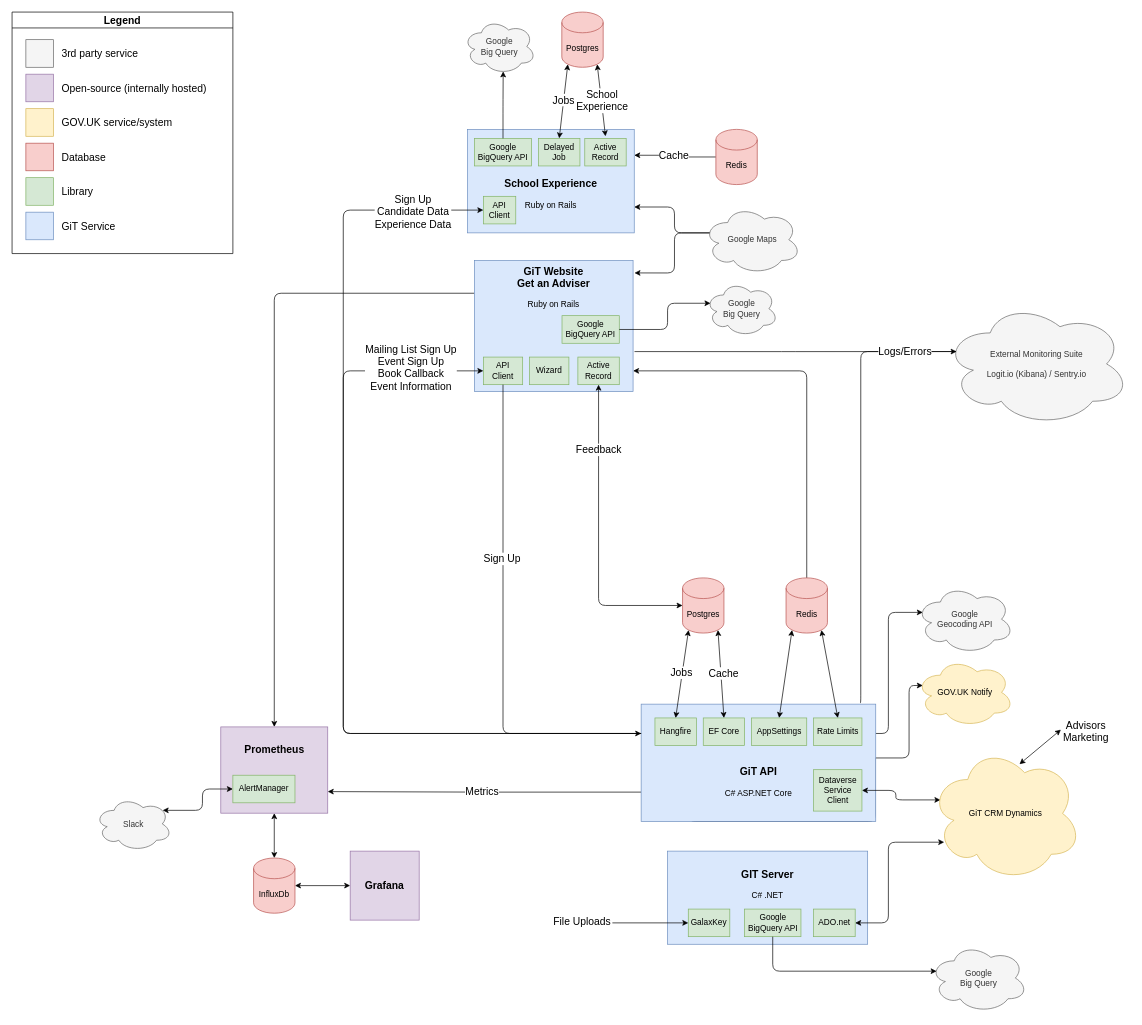
Earlier version of the draw.io diagram docs/architecture/architecture.drawio (DFE-Digital/get-into-teaching-api). Source tidied: cells renumbered, new cells numbered last; positions are measured from the earlier drawing's top-left corner, leaving out a move shared by most shapes. Both pictures are drawn from the tidied source at 69%, with x=0, y=0 at pixel (12, 12).
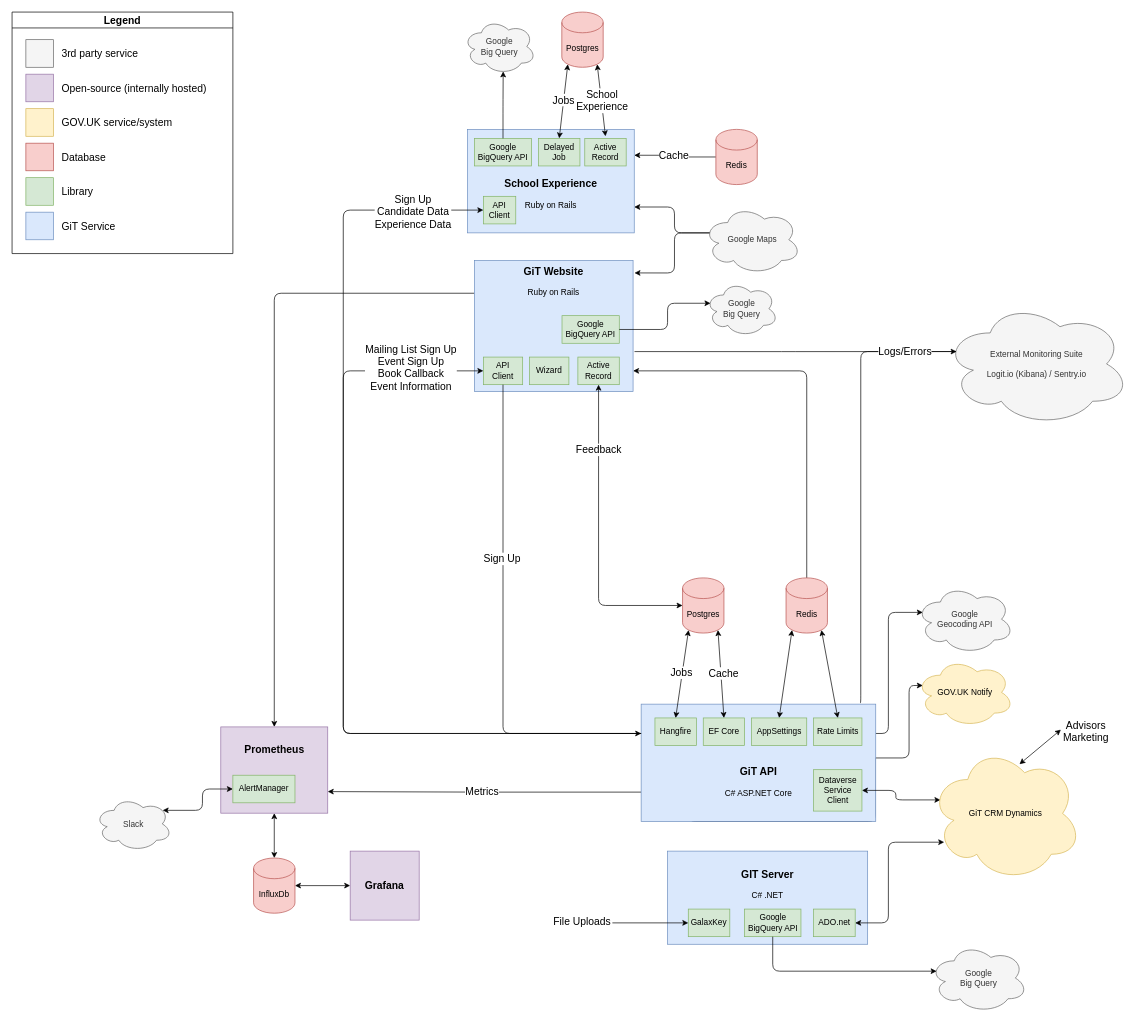
Above is the later version.

Commit message (it also covers changes not shown here):
Minor update to text in architecture diagram for GIT Website

The edit, as a diff of the source:
```diff
@@
-    <mxCell id="24" value="&lt;b style=&quot;font-size: 15px&quot;&gt;GiT Website&lt;br&gt;Get an Adviser&lt;br&gt;&lt;/b&gt;&lt;br&gt;Ruby on Rails" style="whiteSpace=wrap;html=1;fillColor=#dae8fc;strokeColor=#6c8ebf;verticalAlign=top;" parent="1" vertex="1">
+    <mxCell id="24" value="&lt;b style=&quot;font-size: 15px&quot;&gt;GiT Website&lt;br&gt;&lt;/b&gt;&lt;br&gt;Ruby on Rails" style="whiteSpace=wrap;html=1;fillColor=#dae8fc;strokeColor=#6c8ebf;verticalAlign=top;" parent="1" vertex="1">
       <mxGeometry x="670" y="360" width="230" height="190" as="geometry" />
     </mxCell>
```
